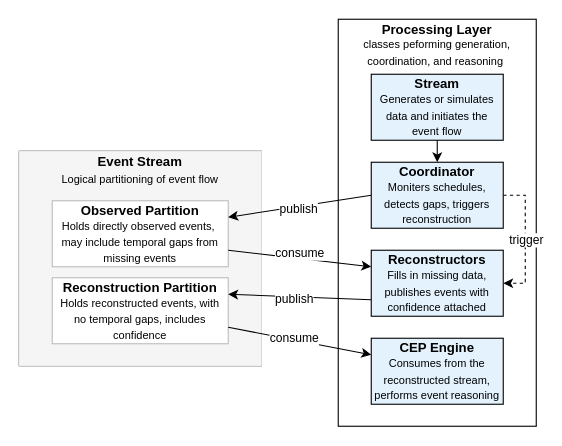
Above: docs/Diagrams/High Level Overview.drawio in faith176/sots_kalman_filters (draw.io), before the change. Source tidied: cells renumbered, new cells numbered last; positions are measured from the earlier drawing's top-left corner, leaving out a move shared by most shapes. Both pictures are drawn from the tidied source at 110%, with x=0, y=0 at pixel (19, 19).
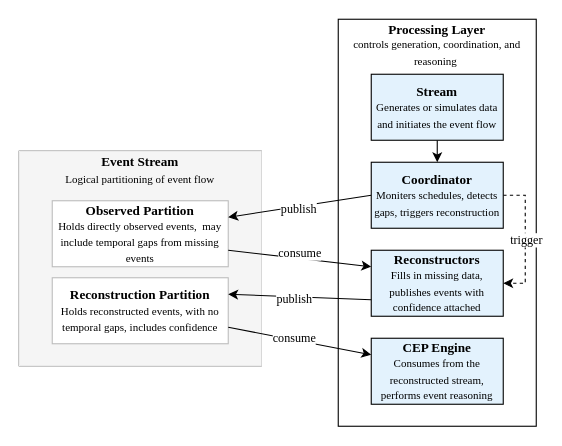
After the change.

The edit, as a diff of the source:
```diff
@@
-    <mxCell id="2" style="rounded=0;whiteSpace=wrap;html=1;" parent="1" vertex="1">
+    <mxCell id="2" style="rounded=0;whiteSpace=wrap;html=1;fontFamily=Times New Roman;" parent="1" vertex="1">
       <mxGeometry x="290" width="180" height="370" as="geometry" />
     </mxCell>
-    <mxCell id="3" style="group;strokeColor=default;" parent="1" vertex="1">
+    <mxCell id="3" style="group;strokeColor=default;fontFamily=Times New Roman;" parent="1" vertex="1">
       <mxGeometry y="120" width="220" height="195" as="geometry" />
     </mxCell>
-    <mxCell id="4" style="rounded=0;whiteSpace=wrap;html=1;fillColor=#f5f5f5;align=left;fontColor=#333333;strokeColor=#F5F5F5;" parent="3" vertex="1">
+    <mxCell id="4" style="rounded=0;whiteSpace=wrap;html=1;fillColor=#f5f5f5;align=left;fontColor=#333333;strokeColor=#F5F5F5;fontFamily=Times New Roman;" parent="3" vertex="1">
       <mxGeometry width="220" height="195" as="geometry" />
     </mxCell>
-    <mxCell id="5" value="&lt;b&gt;Observed Partition&lt;/b&gt;&lt;div&gt;&lt;font style=&quot;font-size: 10px;&quot;&gt;Holds directly observed events,&amp;nbsp; may include temporal gaps from missing events&lt;/font&gt;&lt;/div&gt;" style="rounded=0;whiteSpace=wrap;html=1;strokeColor=#BDBDBD;" parent="3" vertex="1">
+    <mxCell id="5" value="&lt;b&gt;Observed Partition&lt;/b&gt;&lt;div&gt;&lt;font style=&quot;font-size: 10px;&quot;&gt;Holds directly observed events,&amp;nbsp; may include temporal gaps from missing events&lt;/font&gt;&lt;/div&gt;" style="rounded=0;whiteSpace=wrap;html=1;strokeColor=#BDBDBD;fontFamily=Times New Roman;" parent="3" vertex="1">
       <mxGeometry x="30" y="45" width="160" height="60" as="geometry" />
     </mxCell>
-    <mxCell id="6" value="&lt;b&gt;Reconstruction Partition&lt;/b&gt;&lt;div&gt;&lt;font style=&quot;font-size: 10px;&quot;&gt;Holds reconstructed events, with no temporal gaps, includes confidence&lt;/font&gt;&lt;/div&gt;" style="rounded=0;whiteSpace=wrap;html=1;strokeColor=#BDBDBD;" parent="3" vertex="1">
+    <mxCell id="6" value="&lt;b&gt;Reconstruction Partition&lt;/b&gt;&lt;div&gt;&lt;font style=&quot;font-size: 10px;&quot;&gt;Holds reconstructed events, with no temporal gaps, includes confidence&lt;/font&gt;&lt;/div&gt;" style="rounded=0;whiteSpace=wrap;html=1;strokeColor=#BDBDBD;fontFamily=Times New Roman;" parent="3" vertex="1">
       <mxGeometry x="30" y="115" width="160" height="60" as="geometry" />
     </mxCell>
-    <mxCell id="7" value="&lt;b&gt;Event Stream&lt;/b&gt;" style="text;html=1;align=center;verticalAlign=middle;whiteSpace=wrap;rounded=0;" parent="3" vertex="1">
+    <mxCell id="7" value="&lt;b&gt;Event Stream&lt;/b&gt;" style="text;html=1;align=center;verticalAlign=middle;whiteSpace=wrap;rounded=0;fontFamily=Times New Roman;" parent="3" vertex="1">
       <mxGeometry x="60" width="100" height="20" as="geometry" />
     </mxCell>
-    <mxCell id="8" value="&lt;font style=&quot;font-size: 10px;&quot;&gt;Logical partitioning of event flow&lt;/font&gt;" style="text;html=1;align=center;verticalAlign=middle;whiteSpace=wrap;rounded=0;" parent="3" vertex="1">
+    <mxCell id="8" value="&lt;font style=&quot;font-size: 10px;&quot;&gt;Logical partitioning of event flow&lt;/font&gt;" style="text;html=1;align=center;verticalAlign=middle;whiteSpace=wrap;rounded=0;fontFamily=Times New Roman;" parent="3" vertex="1">
       <mxGeometry x="10" y="15" width="200" height="20" as="geometry" />
     </mxCell>
-    <mxCell id="9" style="edgeStyle=orthogonalEdgeStyle;rounded=0;jettySize=auto;html=1;exitX=0.5;exitY=1;exitDx=0;exitDy=0;entryX=0.5;entryY=0;entryDx=0;entryDy=0;" parent="1" edge="1" source="10" target="23">
+    <mxCell id="9" style="edgeStyle=orthogonalEdgeStyle;rounded=0;jettySize=auto;html=1;exitX=0.5;exitY=1;exitDx=0;exitDy=0;entryX=0.5;entryY=0;entryDx=0;entryDy=0;fontFamily=Times New Roman;" parent="1" edge="1" source="10" target="23">
       <mxGeometry relative="1" as="geometry" />
     </mxCell>
-    <mxCell id="10" value="&lt;b&gt;Stream&lt;/b&gt;&lt;div&gt;&lt;div&gt;&lt;font style=&quot;font-size: 10px;&quot;&gt;Generates or simulates data and initiates the event flow&lt;/font&gt;&lt;/div&gt;&lt;/div&gt;" style="rounded=0;whiteSpace=wrap;html=1;fillColor=#E3F2FD;" parent="1" vertex="1">
+    <mxCell id="10" value="&lt;b&gt;Stream&lt;/b&gt;&lt;div&gt;&lt;div&gt;&lt;font style=&quot;font-size: 10px;&quot;&gt;Generates or simulates data and initiates the event flow&lt;/font&gt;&lt;/div&gt;&lt;/div&gt;" style="rounded=0;whiteSpace=wrap;html=1;fillColor=#E3F2FD;fontFamily=Times New Roman;" parent="1" vertex="1">
       <mxGeometry x="320" y="50" width="120" height="60" as="geometry" />
     </mxCell>
-    <mxCell id="11" value="&lt;b&gt;Reconstructors&lt;/b&gt;&lt;div&gt;&lt;span style=&quot;font-size: 10px;&quot;&gt;Fills in missing data, publishes events with confidence attached&lt;/span&gt;&lt;/div&gt;" style="rounded=0;whiteSpace=wrap;html=1;fillColor=#E3F2FD;" parent="1" vertex="1">
+    <mxCell id="11" value="&lt;b&gt;Reconstructors&lt;/b&gt;&lt;div&gt;&lt;span style=&quot;font-size: 10px;&quot;&gt;Fills in missing data, publishes events with confidence attached&lt;/span&gt;&lt;/div&gt;" style="rounded=0;whiteSpace=wrap;html=1;fillColor=#E3F2FD;fontFamily=Times New Roman;" parent="1" vertex="1">
       <mxGeometry x="320" y="210" width="120" height="60" as="geometry" />
     </mxCell>
-    <mxCell id="12" value="&lt;b&gt;CEP Engine&lt;/b&gt;&lt;div&gt;&lt;span style=&quot;font-size: 10px;&quot;&gt;Consumes from the reconstructed stream, performs event reasoning&lt;/span&gt;&lt;/div&gt;" style="rounded=0;whiteSpace=wrap;html=1;fillColor=#E3F2FD;" parent="1" vertex="1">
+    <mxCell id="12" value="&lt;b&gt;CEP Engine&lt;/b&gt;&lt;div&gt;&lt;span style=&quot;font-size: 10px;&quot;&gt;Consumes from the reconstructed stream, performs event reasoning&lt;/span&gt;&lt;/div&gt;" style="rounded=0;whiteSpace=wrap;html=1;fillColor=#E3F2FD;fontFamily=Times New Roman;" parent="1" vertex="1">
       <mxGeometry x="320" y="290" width="120" height="60" as="geometry" />
     </mxCell>
-    <mxCell id="13" style="endArrow=classic;html=1;rounded=0;exitX=1;exitY=0.75;exitDx=0;exitDy=0;entryX=0;entryY=0.25;entryDx=0;entryDy=0;" parent="1" edge="1" source="5" target="11">
+    <mxCell id="13" style="endArrow=classic;html=1;rounded=0;exitX=1;exitY=0.75;exitDx=0;exitDy=0;entryX=0;entryY=0.25;entryDx=0;entryDy=0;fontFamily=Times New Roman;" parent="1" edge="1" source="5" target="11">
       <mxGeometry relative="1" as="geometry" />
     </mxCell>
-    <mxCell id="14" value="consume" style="edgeLabel;html=1;align=center;verticalAlign=middle;" parent="13" vertex="1">
+    <mxCell id="14" value="consume" style="edgeLabel;html=1;align=center;verticalAlign=middle;fontFamily=Times New Roman;" parent="13" vertex="1">
       <mxGeometry x="0.05" y="-4" relative="1" as="geometry">
         <mxPoint x="-4" y="-9" as="offset" />
       </mxGeometry>
     </mxCell>
-    <mxCell id="15" style="endArrow=classic;html=1;rounded=0;exitX=0;exitY=0.75;exitDx=0;exitDy=0;entryX=1;entryY=0.25;entryDx=0;entryDy=0;" parent="1" edge="1" source="11" target="6">
+    <mxCell id="15" style="endArrow=classic;html=1;rounded=0;exitX=0;exitY=0.75;exitDx=0;exitDy=0;entryX=1;entryY=0.25;entryDx=0;entryDy=0;fontFamily=Times New Roman;" parent="1" edge="1" source="11" target="6">
       <mxGeometry relative="1" as="geometry" />
     </mxCell>
-    <mxCell id="16" value="publish" style="edgeLabel;html=1;align=center;verticalAlign=middle;" parent="15" vertex="1">
+    <mxCell id="16" value="publish" style="edgeLabel;html=1;align=center;verticalAlign=middle;fontFamily=Times New Roman;" parent="15" vertex="1">
       <mxGeometry x="-0.13" y="1" relative="1" as="geometry">
         <mxPoint x="-14" as="offset" />
       </mxGeometry>
     </mxCell>
-    <mxCell id="17" style="endArrow=classic;html=1;rounded=0;exitX=1;exitY=0.75;exitDx=0;exitDy=0;entryX=0;entryY=0.25;entryDx=0;entryDy=0;" parent="1" edge="1" source="6" target="12">
+    <mxCell id="17" style="endArrow=classic;html=1;rounded=0;exitX=1;exitY=0.75;exitDx=0;exitDy=0;entryX=0;entryY=0.25;entryDx=0;entryDy=0;fontFamily=Times New Roman;" parent="1" edge="1" source="6" target="12">
       <mxGeometry relative="1" as="geometry" />
     </mxCell>
-    <mxCell id="18" value="consume" style="edgeLabel;html=1;align=center;verticalAlign=middle;" parent="17" vertex="1">
+    <mxCell id="18" value="consume" style="edgeLabel;html=1;align=center;verticalAlign=middle;fontFamily=Times New Roman;" parent="17" vertex="1">
       <mxGeometry x="0.2" y="4" relative="1" as="geometry">
         <mxPoint x="-19" y="-1" as="offset" />
       </mxGeometry>
     </mxCell>
-    <mxCell id="19" style="edgeStyle=orthogonalEdgeStyle;rounded=0;jettySize=auto;html=1;exitX=1;exitY=0.5;exitDx=0;exitDy=0;entryX=1;entryY=0.5;entryDx=0;entryDy=0;dashed=1;" parent="1" edge="1" source="23" target="11">
+    <mxCell id="19" style="edgeStyle=orthogonalEdgeStyle;rounded=0;jettySize=auto;html=1;exitX=1;exitY=0.5;exitDx=0;exitDy=0;entryX=1;entryY=0.5;entryDx=0;entryDy=0;dashed=1;fontFamily=Times New Roman;" parent="1" edge="1" source="23" target="11">
       <mxGeometry relative="1" as="geometry" />
     </mxCell>
-    <mxCell id="20" value="trigger" style="edgeLabel;html=1;align=center;verticalAlign=middle;" parent="19" vertex="1">
+    <mxCell id="20" value="trigger" style="edgeLabel;html=1;align=center;verticalAlign=middle;fontFamily=Times New Roman;" parent="19" vertex="1">
       <mxGeometry x="-0.24" y="-2" relative="1" as="geometry">
         <mxPoint x="2" y="14" as="offset" />
       </mxGeometry>
     </mxCell>
-    <mxCell id="21" style="rounded=0;jettySize=auto;html=1;exitX=0;exitY=0.5;exitDx=0;exitDy=0;entryX=1;entryY=0.25;entryDx=0;entryDy=0;" parent="1" edge="1" source="23" target="5">
+    <mxCell id="21" style="rounded=0;jettySize=auto;html=1;exitX=0;exitY=0.5;exitDx=0;exitDy=0;entryX=1;entryY=0.25;entryDx=0;entryDy=0;fontFamily=Times New Roman;" parent="1" edge="1" source="23" target="5">
       <mxGeometry relative="1" as="geometry" />
     </mxCell>
-    <mxCell id="22" value="publish" style="edgeLabel;html=1;align=center;verticalAlign=middle;" parent="21" vertex="1">
+    <mxCell id="22" value="publish" style="edgeLabel;html=1;align=center;verticalAlign=middle;fontFamily=Times New Roman;" parent="21" vertex="1">
       <mxGeometry x="0.03" y="2" relative="1" as="geometry" />
     </mxCell>
-    <mxCell id="23" value="&lt;b&gt;Coordinator&lt;/b&gt;&lt;div&gt;&lt;font style=&quot;font-size: 10px;&quot;&gt;Moniters schedules, detects gaps, triggers reconstruction&lt;/font&gt;&lt;/div&gt;" style="rounded=0;whiteSpace=wrap;html=1;fillColor=#E3F2FD;" parent="1" vertex="1">
+    <mxCell id="23" value="&lt;b&gt;Coordinator&lt;/b&gt;&lt;div&gt;&lt;font style=&quot;font-size: 10px;&quot;&gt;Moniters schedules, detects gaps, triggers reconstruction&lt;/font&gt;&lt;/div&gt;" style="rounded=0;whiteSpace=wrap;html=1;fillColor=#E3F2FD;fontFamily=Times New Roman;" parent="1" vertex="1">
       <mxGeometry x="320" y="130" width="120" height="60" as="geometry" />
     </mxCell>
-    <mxCell id="24" value="&lt;font style=&quot;font-size: 10px;&quot;&gt;classes peforming generation, coordination, and reasoning&amp;nbsp;&lt;/font&gt;" style="text;html=1;align=center;verticalAlign=middle;whiteSpace=wrap;rounded=0;" parent="1" vertex="1">
+    <mxCell id="24" value="&lt;font style=&quot;font-size: 10px;&quot;&gt;controls generation, coordination, and reasoning&amp;nbsp;&lt;/font&gt;" style="text;html=1;align=center;verticalAlign=middle;whiteSpace=wrap;rounded=0;fontFamily=Times New Roman;" parent="1" vertex="1">
       <mxGeometry x="290" y="20" width="180" height="20" as="geometry" />
     </mxCell>
-    <mxCell id="25" value="&lt;b&gt;Processing Layer&lt;/b&gt;" style="text;html=1;align=center;verticalAlign=middle;whiteSpace=wrap;rounded=0;" parent="1" vertex="1">
+    <mxCell id="25" value="&lt;b&gt;Processing Layer&lt;/b&gt;" style="text;html=1;align=center;verticalAlign=middle;whiteSpace=wrap;rounded=0;fontFamily=Times New Roman;" parent="1" vertex="1">
       <mxGeometry x="290" width="180" height="20" as="geometry" />
     </mxCell>
```
